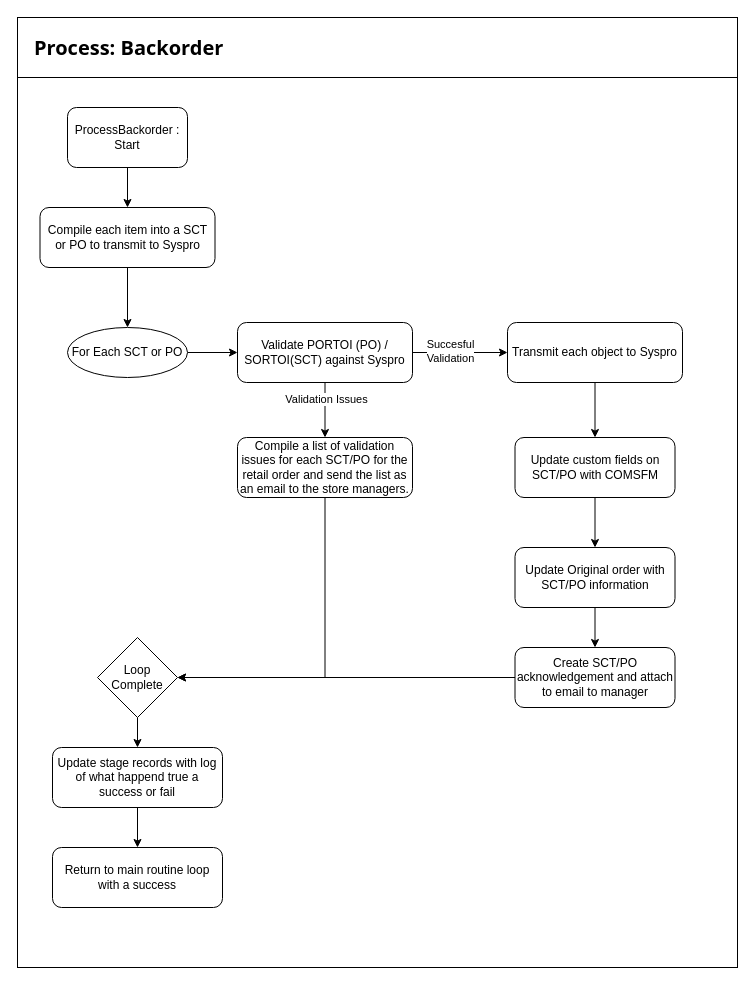
Earlier version of the draw.io diagram page "ProcessBackorder" (4 of 4) of Tickets/Normal Tickets/Ticket 32322 - SCT PO Automation/Documents/System Diagram/System Architecture.drawio (DevJustinP/WIP). Source tidied: cells renumbered, new cells numbered last; positions are measured from the earlier drawing's top-left corner, leaving out a move shared by most shapes. Both pictures are drawn from the tidied source at 100%, with x=0, y=0 at pixel (17, 17).
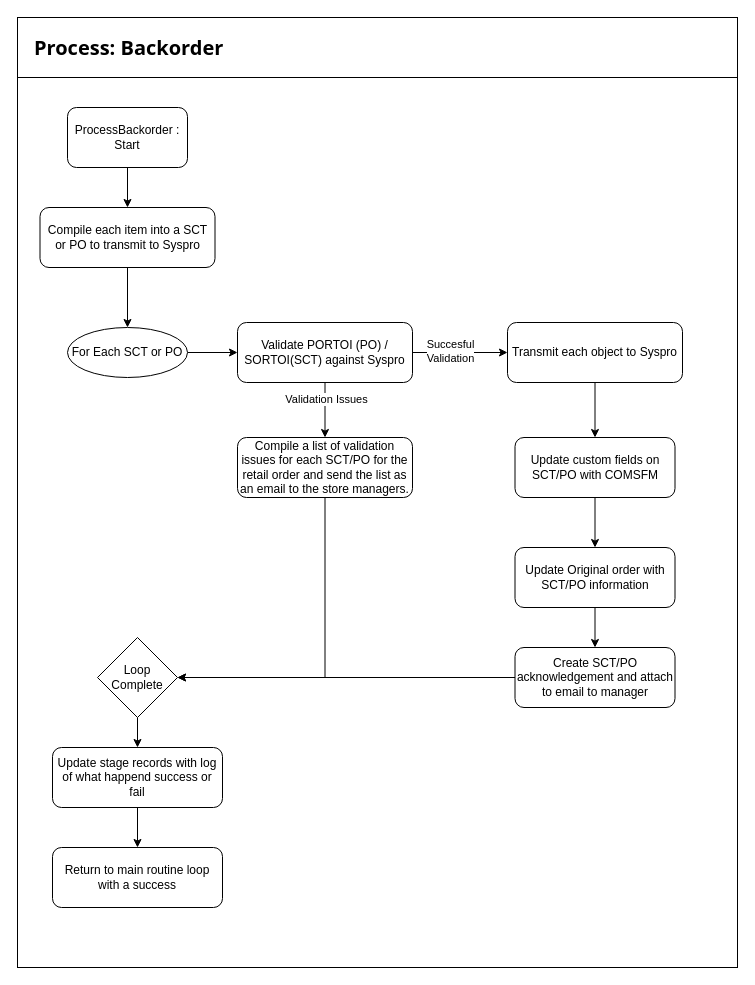
After the change.

The edit, as a diff of the source:
```diff
@@
-    <mxCell id="29" value="Update stage records with log of what happend true a success or fail" style="rounded=1;whiteSpace=wrap;html=1;" parent="1" vertex="1">
+    <mxCell id="29" value="Update stage records with log of what happend success or fail" style="rounded=1;whiteSpace=wrap;html=1;" parent="1" vertex="1">
       <mxGeometry x="35" y="730" width="170" height="60" as="geometry" />
     </mxCell>
```
